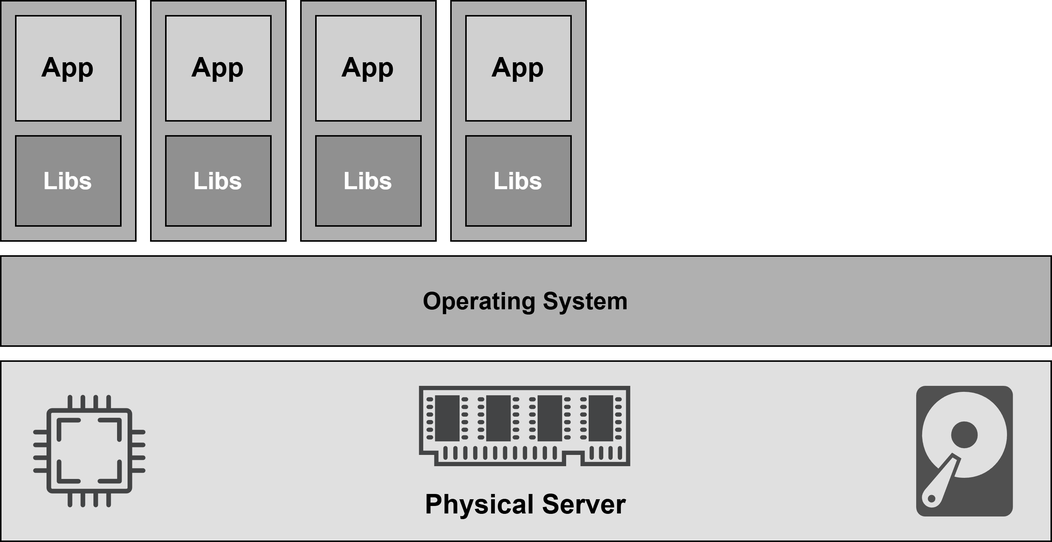
This is figures/poultonDockerDeepDive2019-containers.png from andygruber/master-thesis-mcce, a draw.io export, as it was before one commit. Source tidied: cells renumbered, new cells last; positions are measured from the earlier drawing's top-left corner, leaving out a move shared by most shapes. The source it was exported from:
```xml
<mxGraphModel>
  <root>
    <mxCell id="0" />
    <mxCell id="1" parent="0" />
    <mxCell id="2" style="rounded=0;whiteSpace=wrap;html=1;fillColor=#B0B0B0;strokeColor=#000000;fontColor=#000000;fontSize=16;fontStyle=1;verticalAlign=top;spacingTop=5;" parent="1" vertex="1">
      <mxGeometry width="90" height="160" as="geometry" />
    </mxCell>
    <mxCell id="3" value="App" style="rounded=0;whiteSpace=wrap;html=1;fillColor=#D0D0D0;strokeColor=#000000;fontColor=#000000;fontSize=18;fontStyle=1;" parent="1" vertex="1">
      <mxGeometry x="10" y="10" width="70" height="70" as="geometry" />
    </mxCell>
    <mxCell id="4" value="&lt;div&gt;Libs&lt;/div&gt;" style="rounded=0;whiteSpace=wrap;html=1;fillColor=#909090;strokeColor=#000000;fontColor=#FFFFFF;fontSize=16;fontStyle=1;verticalAlign=middle;" parent="1" vertex="1">
      <mxGeometry x="10" y="90" width="70" height="60" as="geometry" />
    </mxCell>
    <mxCell id="5" value="Physical Server" style="rounded=0;whiteSpace=wrap;html=1;fillColor=#E0E0E0;strokeColor=#000000;fontColor=#000000;fontSize=18;fontStyle=1;verticalAlign=bottom;spacingBottom=10;" parent="1" vertex="1">
      <mxGeometry y="240" width="700" height="120" as="geometry" />
    </mxCell>
    <mxCell id="6" value="Operating System" style="rounded=0;whiteSpace=wrap;html=1;fillColor=#B0B0B0;strokeColor=#000000;fontColor=#000000;fontSize=16;fontStyle=1;" parent="1" vertex="1">
      <mxGeometry y="170" width="700" height="60" as="geometry" />
    </mxCell>
    <mxCell id="7" style="sketch=0;shadow=0;dashed=0;html=1;strokeColor=none;fillColor=#505050;labelPosition=center;verticalLabelPosition=bottom;verticalAlign=top;align=center;shape=mxgraph.office.devices.hard_disk;" parent="1" vertex="1">
      <mxGeometry x="610" y="256.5" width="64.4" height="87" as="geometry" />
    </mxCell>
    <mxCell id="8" style="sketch=0;shadow=0;dashed=0;html=1;strokeColor=none;fillColor=#434445;labelPosition=center;verticalLabelPosition=bottom;verticalAlign=top;align=center;shape=mxgraph.vvd.memory;" parent="1" vertex="1">
      <mxGeometry x="278.7" y="256.5" width="140.8" height="53.5" as="geometry" />
    </mxCell>
    <mxCell id="9" style="sketch=0;shadow=0;dashed=0;html=1;strokeColor=none;fillColor=#434445;labelPosition=center;verticalLabelPosition=bottom;verticalAlign=top;align=center;shape=mxgraph.vvd.cpu;" parent="1" vertex="1">
      <mxGeometry x="21.5" y="262.5" width="75" height="75" as="geometry" />
    </mxCell>
    <mxCell id="10" style="rounded=0;whiteSpace=wrap;html=1;fillColor=#B0B0B0;strokeColor=#000000;fontColor=#000000;fontSize=16;fontStyle=1;verticalAlign=top;spacingTop=5;" parent="1" vertex="1">
      <mxGeometry x="100" width="90" height="160" as="geometry" />
    </mxCell>
    <mxCell id="11" value="App" style="rounded=0;whiteSpace=wrap;html=1;fillColor=#D0D0D0;strokeColor=#000000;fontColor=#000000;fontSize=18;fontStyle=1;" parent="1" vertex="1">
      <mxGeometry x="110" y="10" width="70" height="70" as="geometry" />
    </mxCell>
    <mxCell id="12" value="&lt;div&gt;Libs&lt;/div&gt;" style="rounded=0;whiteSpace=wrap;html=1;fillColor=#909090;strokeColor=#000000;fontColor=#FFFFFF;fontSize=16;fontStyle=1;verticalAlign=middle;" parent="1" vertex="1">
      <mxGeometry x="110" y="90" width="70" height="60" as="geometry" />
    </mxCell>
    <mxCell id="13" style="rounded=0;whiteSpace=wrap;html=1;fillColor=#B0B0B0;strokeColor=#000000;fontColor=#000000;fontSize=16;fontStyle=1;verticalAlign=top;spacingTop=5;" parent="1" vertex="1">
      <mxGeometry x="200" width="90" height="160" as="geometry" />
    </mxCell>
    <mxCell id="14" value="App" style="rounded=0;whiteSpace=wrap;html=1;fillColor=#D0D0D0;strokeColor=#000000;fontColor=#000000;fontSize=18;fontStyle=1;" parent="1" vertex="1">
      <mxGeometry x="210" y="10" width="70" height="70" as="geometry" />
    </mxCell>
    <mxCell id="15" value="&lt;div&gt;Libs&lt;/div&gt;" style="rounded=0;whiteSpace=wrap;html=1;fillColor=#909090;strokeColor=#000000;fontColor=#FFFFFF;fontSize=16;fontStyle=1;verticalAlign=middle;" parent="1" vertex="1">
      <mxGeometry x="210" y="90" width="70" height="60" as="geometry" />
    </mxCell>
    <mxCell id="16" style="rounded=0;whiteSpace=wrap;html=1;fillColor=#B0B0B0;strokeColor=#000000;fontColor=#000000;fontSize=16;fontStyle=1;verticalAlign=top;spacingTop=5;" parent="1" vertex="1">
      <mxGeometry x="300" width="90" height="160" as="geometry" />
    </mxCell>
    <mxCell id="17" value="App" style="rounded=0;whiteSpace=wrap;html=1;fillColor=#D0D0D0;strokeColor=#000000;fontColor=#000000;fontSize=18;fontStyle=1;" parent="1" vertex="1">
      <mxGeometry x="310" y="10" width="70" height="70" as="geometry" />
    </mxCell>
    <mxCell id="18" value="&lt;div&gt;Libs&lt;/div&gt;" style="rounded=0;whiteSpace=wrap;html=1;fillColor=#909090;strokeColor=#000000;fontColor=#FFFFFF;fontSize=16;fontStyle=1;verticalAlign=middle;" parent="1" vertex="1">
      <mxGeometry x="310" y="90" width="70" height="60" as="geometry" />
    </mxCell>
  </root>
</mxGraphModel>
```
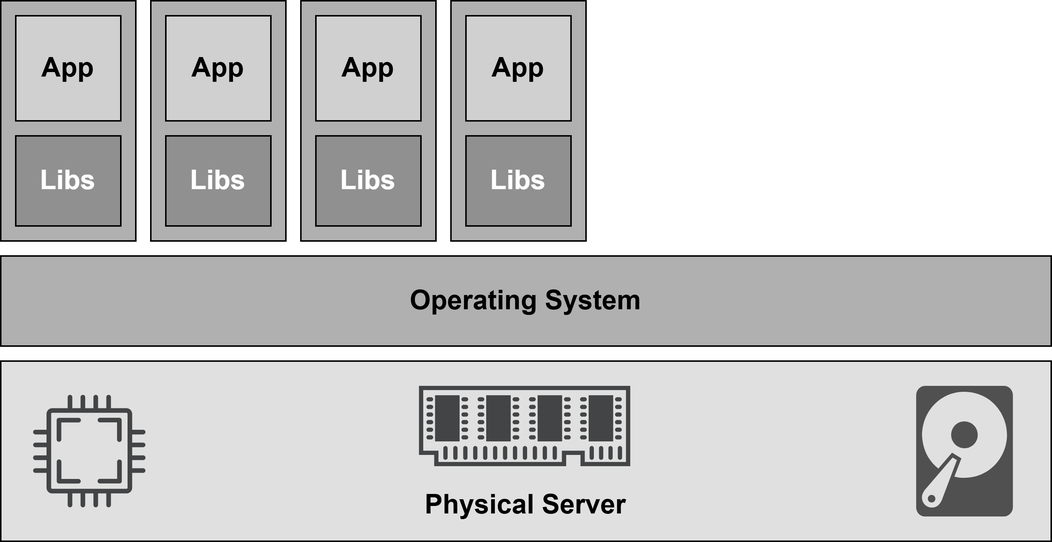
Above is the later version.

Change to the diagram source:
```diff
@@ -8,13 +8,13 @@
     <mxCell id="3" value="App" style="rounded=0;whiteSpace=wrap;html=1;fillColor=#D0D0D0;strokeColor=#000000;fontColor=#000000;fontSize=18;fontStyle=1;" parent="1" vertex="1">
       <mxGeometry x="10" y="10" width="70" height="70" as="geometry" />
     </mxCell>
-    <mxCell id="4" value="&lt;div&gt;Libs&lt;/div&gt;" style="rounded=0;whiteSpace=wrap;html=1;fillColor=#909090;strokeColor=#000000;fontColor=#FFFFFF;fontSize=16;fontStyle=1;verticalAlign=middle;" parent="1" vertex="1">
+    <mxCell id="4" value="&lt;div&gt;Libs&lt;/div&gt;" style="rounded=0;whiteSpace=wrap;html=1;fillColor=#909090;strokeColor=#000000;fontColor=#FFFFFF;fontSize=18;fontStyle=1;verticalAlign=middle;" parent="1" vertex="1">
       <mxGeometry x="10" y="90" width="70" height="60" as="geometry" />
     </mxCell>
     <mxCell id="5" value="Physical Server" style="rounded=0;whiteSpace=wrap;html=1;fillColor=#E0E0E0;strokeColor=#000000;fontColor=#000000;fontSize=18;fontStyle=1;verticalAlign=bottom;spacingBottom=10;" parent="1" vertex="1">
       <mxGeometry y="240" width="700" height="120" as="geometry" />
     </mxCell>
-    <mxCell id="6" value="Operating System" style="rounded=0;whiteSpace=wrap;html=1;fillColor=#B0B0B0;strokeColor=#000000;fontColor=#000000;fontSize=16;fontStyle=1;" parent="1" vertex="1">
+    <mxCell id="6" value="&lt;font style=&quot;font-size: 18px;&quot;&gt;Operating System&lt;/font&gt;" style="rounded=0;whiteSpace=wrap;html=1;fillColor=#B0B0B0;strokeColor=#000000;fontColor=#000000;fontSize=16;fontStyle=1;" parent="1" vertex="1">
       <mxGeometry y="170" width="700" height="60" as="geometry" />
     </mxCell>
     <mxCell id="7" style="sketch=0;shadow=0;dashed=0;html=1;strokeColor=none;fillColor=#505050;labelPosition=center;verticalLabelPosition=bottom;verticalAlign=top;align=center;shape=mxgraph.office.devices.hard_disk;" parent="1" vertex="1">
@@ -32,7 +32,7 @@
     <mxCell id="11" value="App" style="rounded=0;whiteSpace=wrap;html=1;fillColor=#D0D0D0;strokeColor=#000000;fontColor=#000000;fontSize=18;fontStyle=1;" parent="1" vertex="1">
       <mxGeometry x="110" y="10" width="70" height="70" as="geometry" />
     </mxCell>
-    <mxCell id="12" value="&lt;div&gt;Libs&lt;/div&gt;" style="rounded=0;whiteSpace=wrap;html=1;fillColor=#909090;strokeColor=#000000;fontColor=#FFFFFF;fontSize=16;fontStyle=1;verticalAlign=middle;" parent="1" vertex="1">
+    <mxCell id="12" value="&lt;div&gt;Libs&lt;/div&gt;" style="rounded=0;whiteSpace=wrap;html=1;fillColor=#909090;strokeColor=#000000;fontColor=#FFFFFF;fontSize=18;fontStyle=1;verticalAlign=middle;" parent="1" vertex="1">
       <mxGeometry x="110" y="90" width="70" height="60" as="geometry" />
     </mxCell>
     <mxCell id="13" style="rounded=0;whiteSpace=wrap;html=1;fillColor=#B0B0B0;strokeColor=#000000;fontColor=#000000;fontSize=16;fontStyle=1;verticalAlign=top;spacingTop=5;" parent="1" vertex="1">
@@ -41,7 +41,7 @@
     <mxCell id="14" value="App" style="rounded=0;whiteSpace=wrap;html=1;fillColor=#D0D0D0;strokeColor=#000000;fontColor=#000000;fontSize=18;fontStyle=1;" parent="1" vertex="1">
       <mxGeometry x="210" y="10" width="70" height="70" as="geometry" />
     </mxCell>
-    <mxCell id="15" value="&lt;div&gt;Libs&lt;/div&gt;" style="rounded=0;whiteSpace=wrap;html=1;fillColor=#909090;strokeColor=#000000;fontColor=#FFFFFF;fontSize=16;fontStyle=1;verticalAlign=middle;" parent="1" vertex="1">
+    <mxCell id="15" value="&lt;div&gt;Libs&lt;/div&gt;" style="rounded=0;whiteSpace=wrap;html=1;fillColor=#909090;strokeColor=#000000;fontColor=#FFFFFF;fontSize=18;fontStyle=1;verticalAlign=middle;" parent="1" vertex="1">
       <mxGeometry x="210" y="90" width="70" height="60" as="geometry" />
     </mxCell>
     <mxCell id="16" style="rounded=0;whiteSpace=wrap;html=1;fillColor=#B0B0B0;strokeColor=#000000;fontColor=#000000;fontSize=16;fontStyle=1;verticalAlign=top;spacingTop=5;" parent="1" vertex="1">
@@ -50,7 +50,7 @@
     <mxCell id="17" value="App" style="rounded=0;whiteSpace=wrap;html=1;fillColor=#D0D0D0;strokeColor=#000000;fontColor=#000000;fontSize=18;fontStyle=1;" parent="1" vertex="1">
       <mxGeometry x="310" y="10" width="70" height="70" as="geometry" />
     </mxCell>
-    <mxCell id="18" value="&lt;div&gt;Libs&lt;/div&gt;" style="rounded=0;whiteSpace=wrap;html=1;fillColor=#909090;strokeColor=#000000;fontColor=#FFFFFF;fontSize=16;fontStyle=1;verticalAlign=middle;" parent="1" vertex="1">
+    <mxCell id="18" value="&lt;div&gt;Libs&lt;/div&gt;" style="rounded=0;whiteSpace=wrap;html=1;fillColor=#909090;strokeColor=#000000;fontColor=#FFFFFF;fontSize=18;fontStyle=1;verticalAlign=middle;" parent="1" vertex="1">
       <mxGeometry x="310" y="90" width="70" height="60" as="geometry" />
     </mxCell>
   </root>
```
